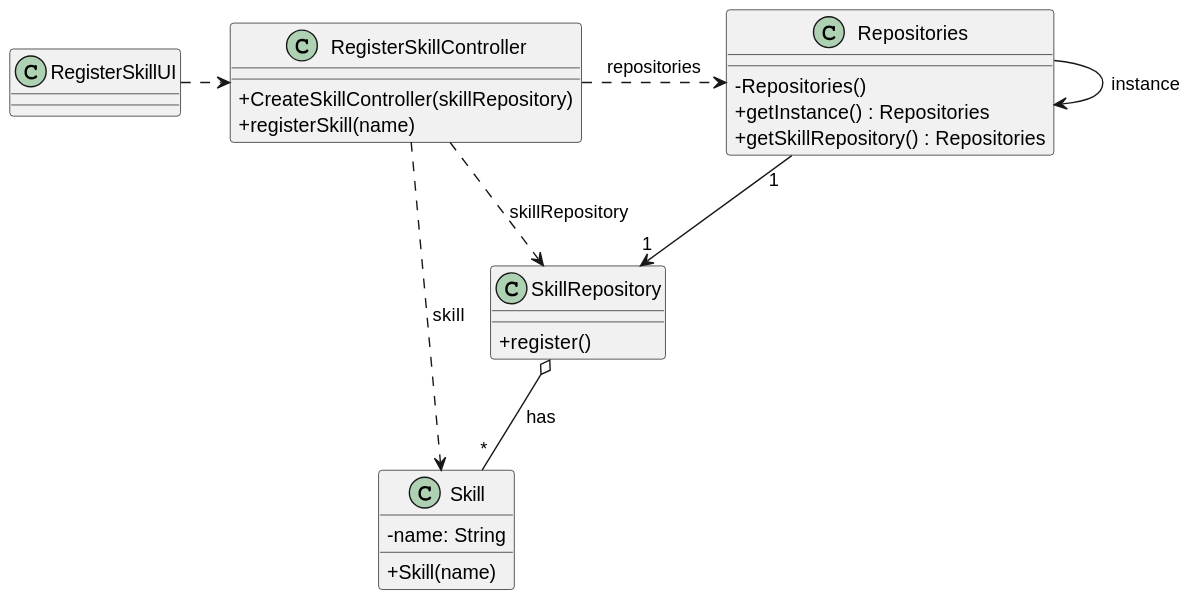
Before: docs/sprintB/us001/03.design/svg/us001-class-diagram.svg, a diagram exported from PlantUML (diogoveirospro/lei-24-s2-1dg-g072).
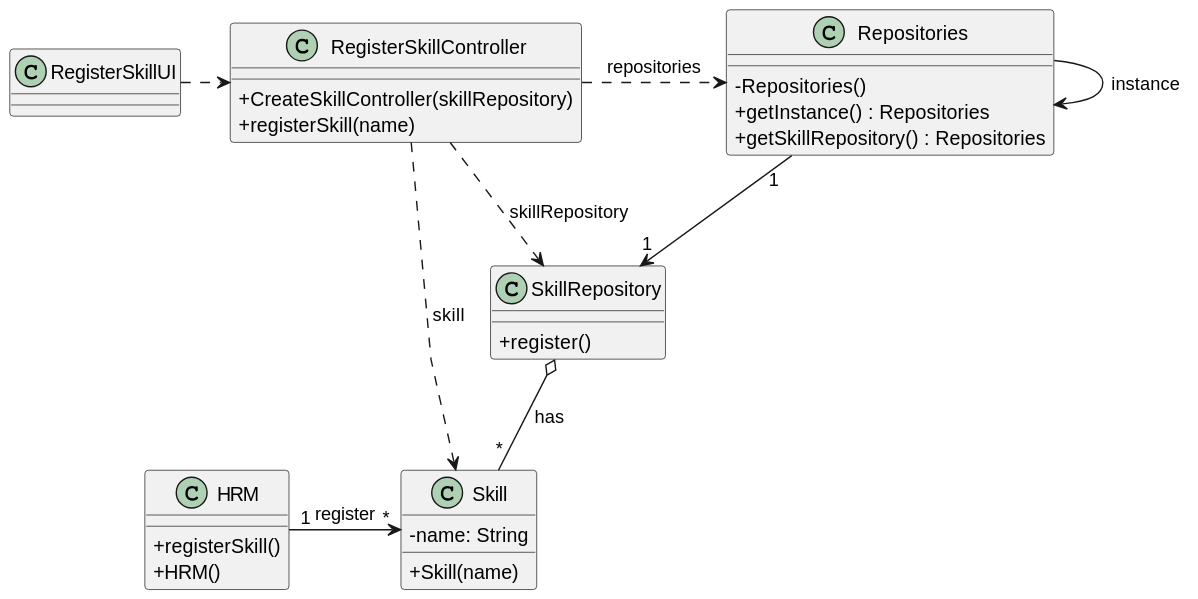
Above is the later version.

Diff of the diagram source:
```diff
@@ -12,7 +12,10 @@
     + Skill(name)
 }
 
-
+class HRM{
+    + registerSkill()
+    + HRM()
+}
 class RegisterSkillUI {
 
 }
@@ -40,4 +43,5 @@
 SkillRepository o-- "*" Skill : has
 RegisterSkillController .> SkillRepository : skillRepository
 RegisterSkillController .> Skill : skill
+HRM "1" -> "*" Skill: register
 @enduml
```
